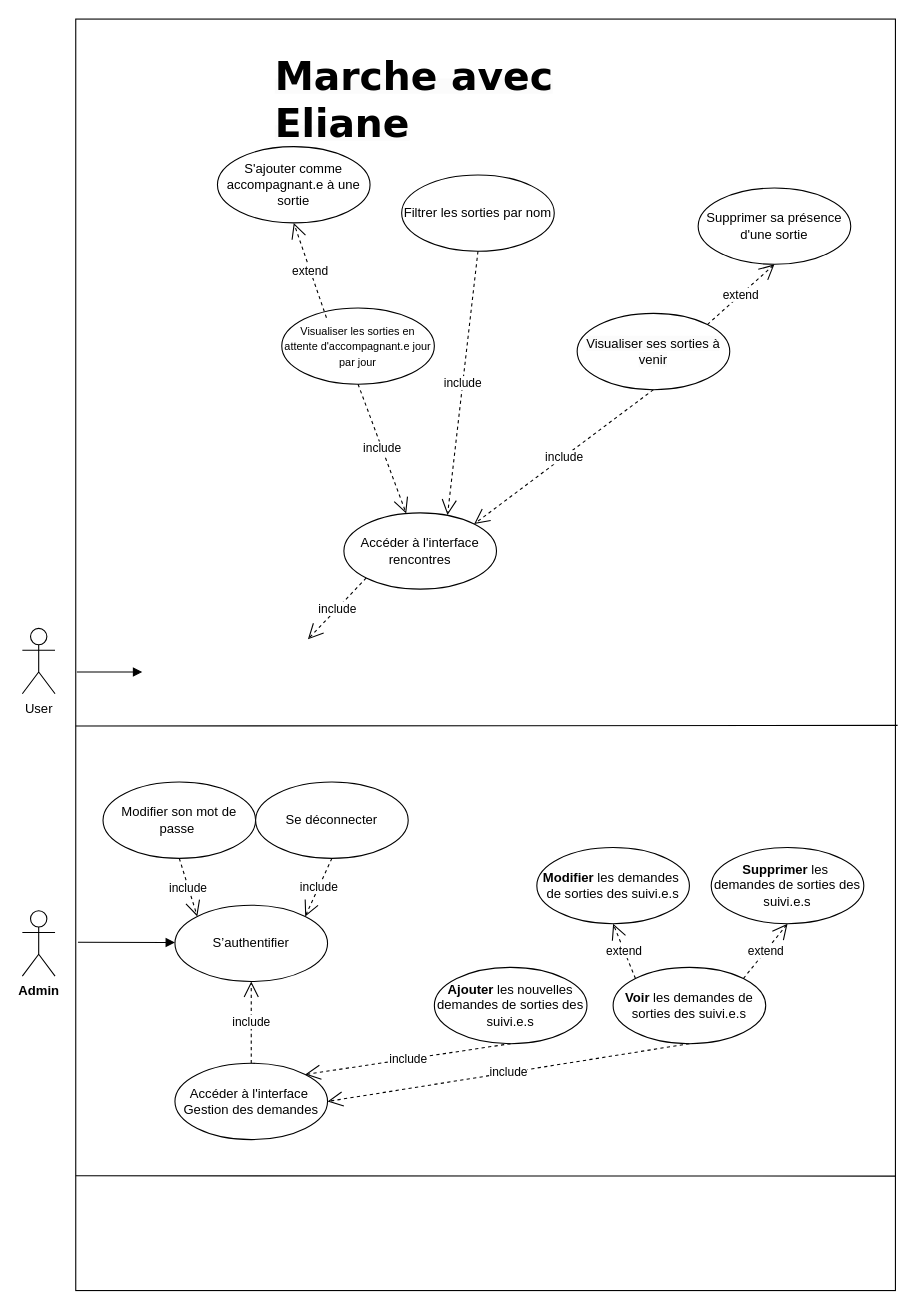
Earlier version of the draw.io diagram page "UCD_ADMIN_PART" (5 of 6) of MCD_MaE.drawio (AnneGicquel/MCD_Marche_avec_Eliane). Source tidied: cells renumbered, new cells numbered last; positions are measured from the earlier drawing's top-left corner, leaving out a move shared by most shapes. Both pictures are drawn from the tidied source at 109%, with x=0, y=0 at pixel (22, 19).
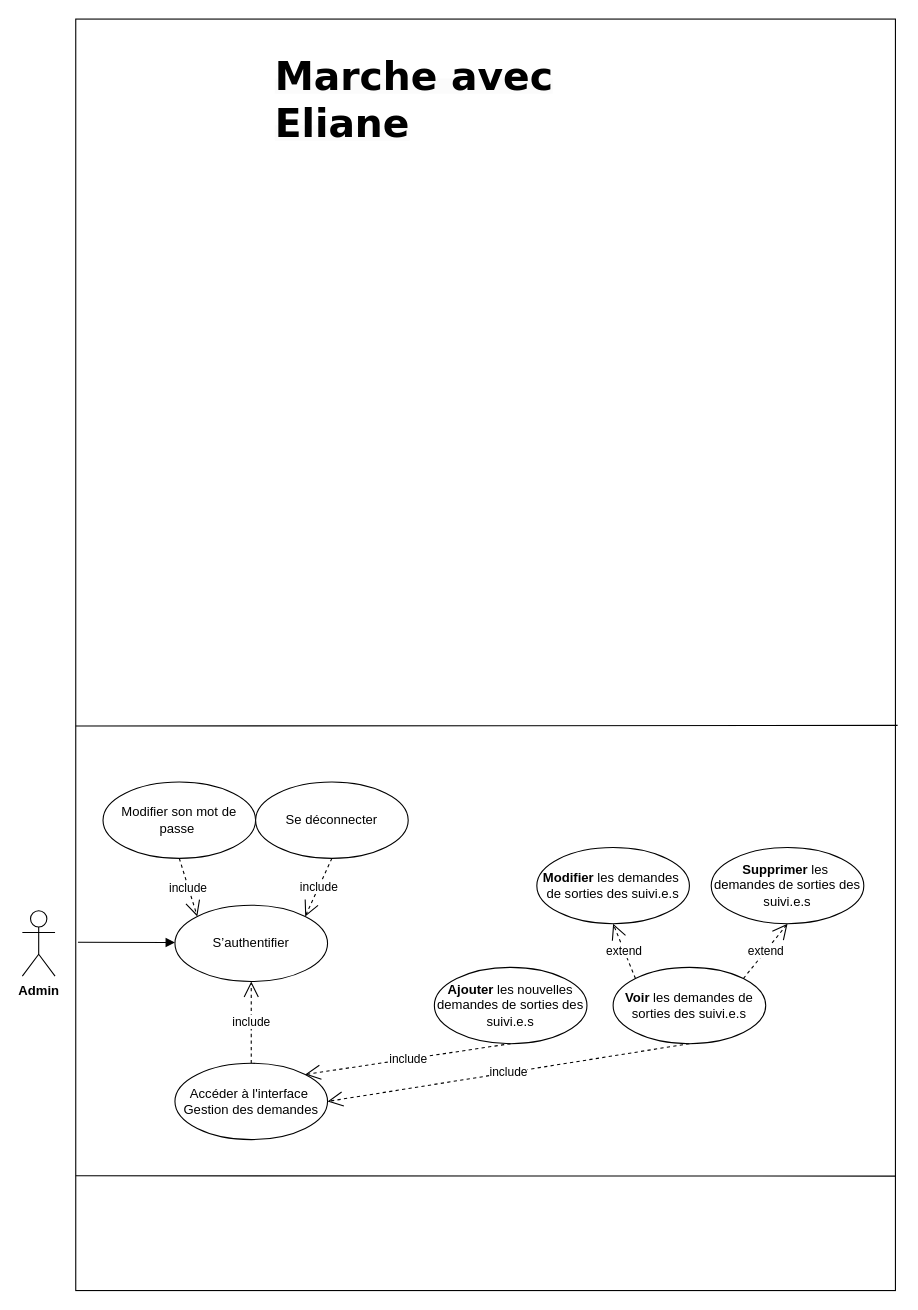
The same diagram, later.

Commit message (it also covers changes not shown here):
Mettre à jour MCD_MaE.drawio

What changed in the source:
```diff
@@
-    <mxCell id="3" value="User" style="shape=umlActor;verticalLabelPosition=bottom;verticalAlign=top;html=1;" parent="1" vertex="1">
-      <mxGeometry y="559" width="30" height="60" as="geometry" />
-    </mxCell>
@@
-    <mxCell id="8" value="Accéder à l'interface rencontres" style="ellipse;whiteSpace=wrap;html=1;" parent="1" vertex="1">
-      <mxGeometry x="295" y="453" width="140" height="70" as="geometry" />
-    </mxCell>
-    <mxCell id="9" value="&lt;div&gt;&lt;span style=&quot;background-color: initial;&quot;&gt;&lt;font style=&quot;font-size: 10px;&quot;&gt;Visualiser les sorties en attente d'accompagnant.e jour par jour&lt;/font&gt;&lt;/span&gt;&lt;br&gt;&lt;/div&gt;" style="ellipse;whiteSpace=wrap;html=1;" parent="1" vertex="1">
-      <mxGeometry x="238" y="265" width="140" height="70" as="geometry" />
-    </mxCell>
-    <mxCell id="10" value="S'ajouter comme accompagnant.e à une sortie" style="ellipse;whiteSpace=wrap;html=1;" parent="1" vertex="1">
-      <mxGeometry x="179" y="117" width="140" height="70" as="geometry" />
-    </mxCell>
-    <mxCell id="11" value="&lt;span style=&quot;color: rgb(0, 0, 0); font-family: Helvetica; font-size: 12px; font-style: normal; font-variant-ligatures: normal; font-variant-caps: normal; font-weight: 400; letter-spacing: normal; orphans: 2; text-align: center; text-indent: 0px; text-transform: none; widows: 2; word-spacing: 0px; -webkit-text-stroke-width: 0px; white-space: normal; background-color: rgb(251, 251, 251); text-decoration-thickness: initial; text-decoration-style: initial; text-decoration-color: initial; display: inline !important; float: none;&quot;&gt;Visualiser ses sorties à venir&lt;/span&gt;" style="ellipse;whiteSpace=wrap;html=1;" parent="1" vertex="1">
-      <mxGeometry x="509" y="270" width="140" height="70" as="geometry" />
-    </mxCell>
-    <mxCell id="12" value="Filtrer les sorties par nom" style="ellipse;whiteSpace=wrap;html=1;" parent="1" vertex="1">
-      <mxGeometry x="348" y="143" width="140" height="70" as="geometry" />
-    </mxCell>
-    <mxCell id="13" value="Supprimer sa présence d'une sortie" style="ellipse;whiteSpace=wrap;html=1;" parent="1" vertex="1">
-      <mxGeometry x="620" y="155" width="140" height="70" as="geometry" />
-    </mxCell>
-    <mxCell id="14" value="include" style="endArrow=open;endSize=12;dashed=1;html=1;rounded=0;exitX=0.5;exitY=1;exitDx=0;exitDy=0;" parent="1" edge="1" source="9" target="8">
-      <mxGeometry relative="1" as="geometry" />
-    </mxCell>
-    <mxCell id="15" value="include" style="endArrow=open;endSize=12;dashed=1;html=1;rounded=0;exitX=0.5;exitY=1;exitDx=0;exitDy=0;entryX=1;entryY=0;entryDx=0;entryDy=0;" parent="1" edge="1" source="11" target="8">
-      <mxGeometry relative="1" as="geometry" />
-    </mxCell>
-    <mxCell id="16" value="extend" style="endArrow=open;endSize=12;dashed=1;html=1;rounded=0;exitX=0.5;exitY=1;exitDx=0;exitDy=0;entryX=0.5;entryY=1;entryDx=0;entryDy=0;" parent="1" edge="1" target="10">
-      <mxGeometry relative="1" as="geometry">
-        <mxPoint x="279" y="274" as="sourcePoint" />
-      </mxGeometry>
-    </mxCell>
-    <mxCell id="17" value="include" style="endArrow=open;endSize=12;dashed=1;html=1;rounded=0;exitX=0.5;exitY=1;exitDx=0;exitDy=0;entryX=0.679;entryY=0.029;entryDx=0;entryDy=0;entryPerimeter=0;" parent="1" edge="1" source="12" target="8">
-      <mxGeometry relative="1" as="geometry" />
-    </mxCell>
-    <mxCell id="18" value="include" style="endArrow=open;endSize=12;dashed=1;html=1;rounded=0;exitX=0;exitY=1;exitDx=0;exitDy=0;" parent="1" edge="1" source="8">
-      <mxGeometry relative="1" as="geometry">
-        <mxPoint x="262" y="569" as="targetPoint" />
-      </mxGeometry>
-    </mxCell>
-    <mxCell id="19" value="extend" style="endArrow=open;endSize=12;dashed=1;html=1;rounded=0;entryX=0.5;entryY=1;entryDx=0;entryDy=0;exitX=1;exitY=0;exitDx=0;exitDy=0;" parent="1" edge="1" source="11" target="13">
-      <mxGeometry relative="1" as="geometry" />
-    </mxCell>
@@
-    <mxCell id="22" style="html=1;verticalAlign=bottom;endArrow=block;curved=0;rounded=0;" parent="1" edge="1">
-      <mxGeometry x="0.75" y="80" relative="1" as="geometry">
-        <mxPoint x="50" y="599" as="sourcePoint" />
-        <mxPoint x="110" y="599" as="targetPoint" />
-      </mxGeometry>
-    </mxCell>
```
